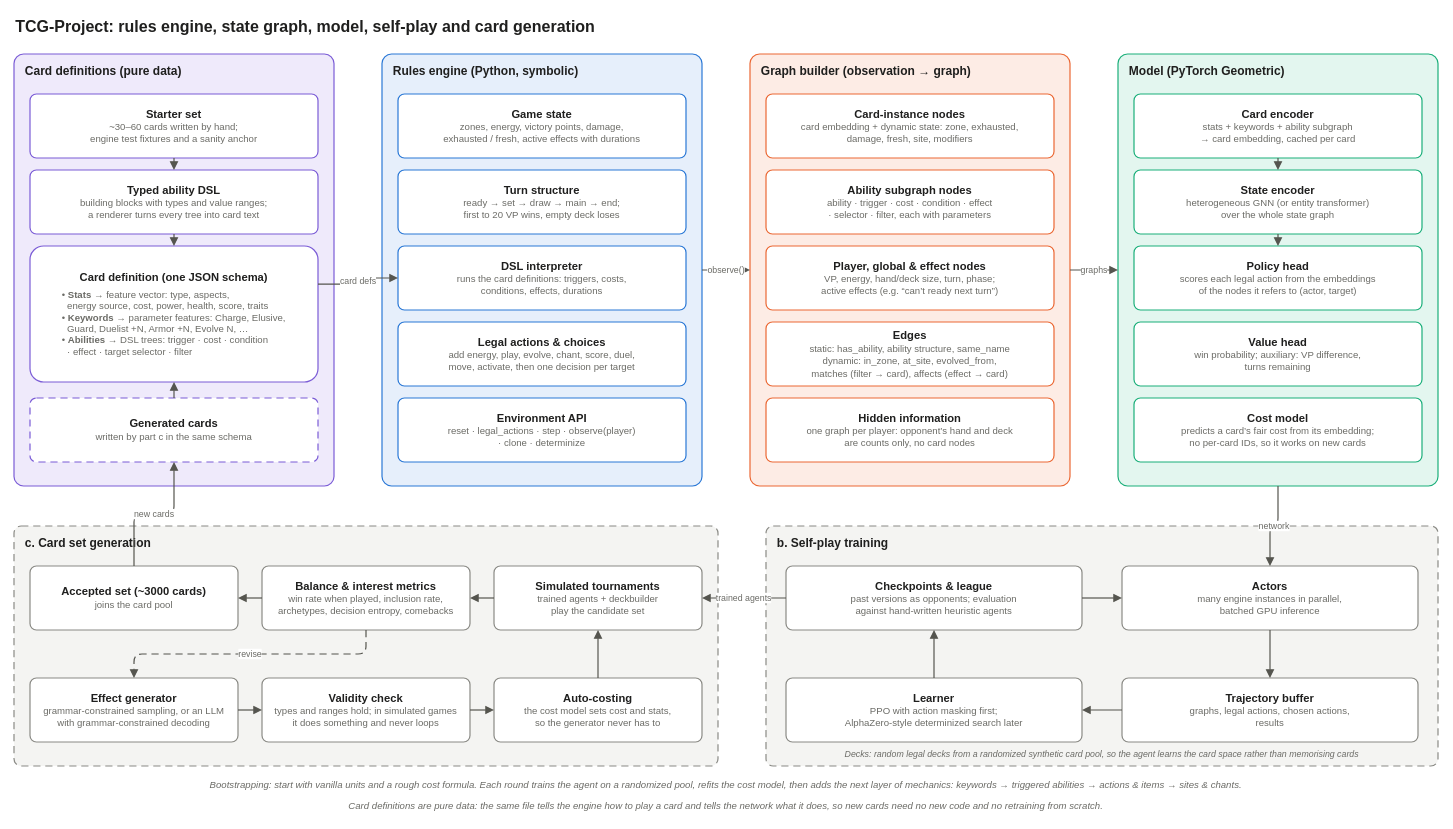
Earlier version of the draw.io diagram page "system_overview" (1 of 3) of docs/architecture.drawio (mattdown/TCG-Project). Source tidied: cells renumbered, new cells numbered last; positions are measured from the earlier drawing's top-left corner, leaving out a move shared by most shapes. Both pictures are drawn from the tidied source at 80%, with x=0, y=0 at pixel (14, 14).
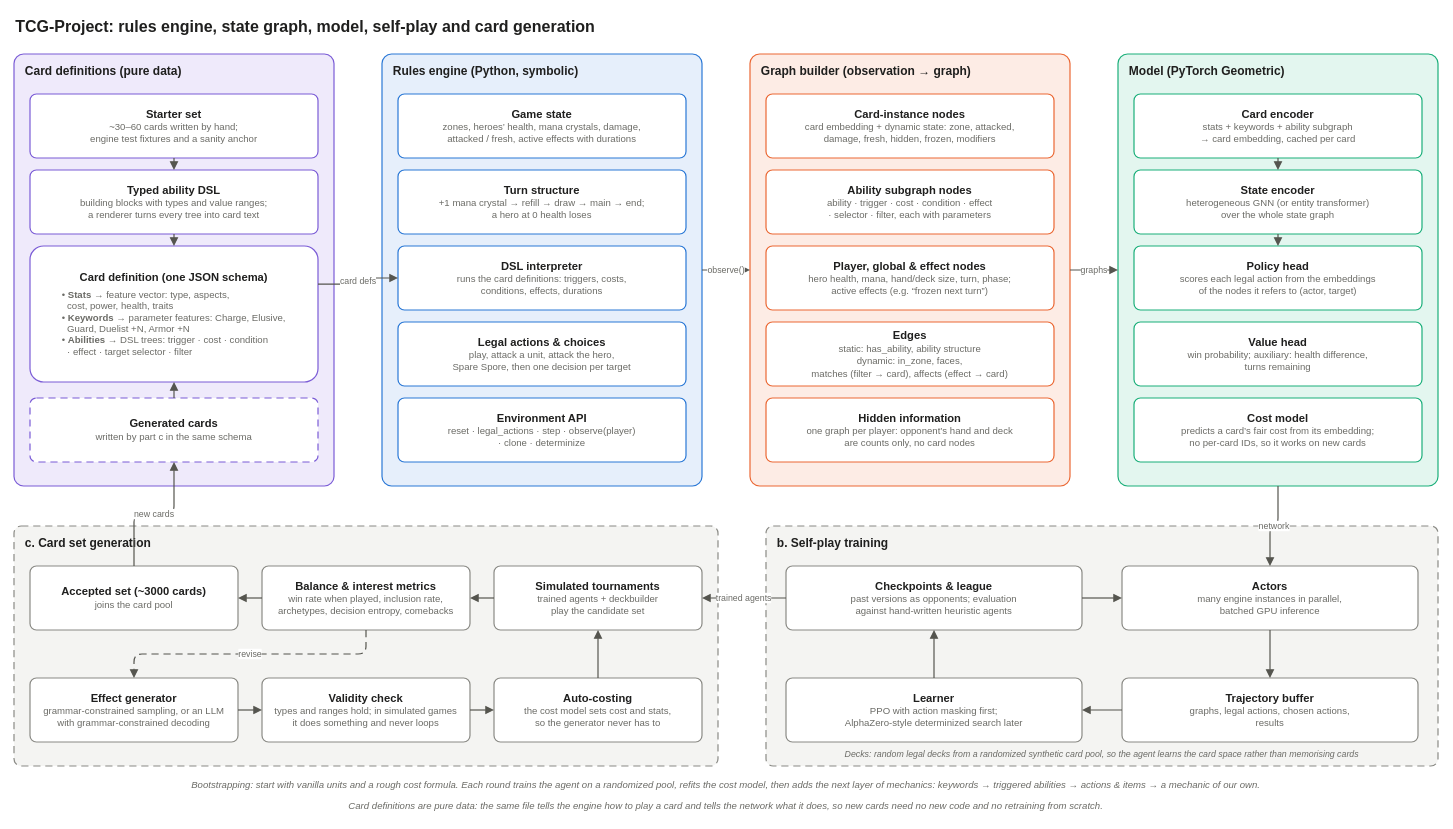
Above is the later version.

Change to the diagram source:
```diff
@@
-    <mxCell id="6" value="&lt;b style=&quot;font-size:14px&quot;&gt;Card definition (one JSON schema)&lt;/b&gt;&lt;br&gt;&lt;span style=&quot;font-size:12px;color:#6b6b66&quot;&gt;&lt;div style='text-align:left;margin-top:6px'&gt;• &lt;b&gt;Stats&lt;/b&gt; → feature vector: type, aspects,&lt;br&gt;&amp;nbsp;&amp;nbsp;energy source, cost, power, health, score, traits&lt;br&gt;• &lt;b&gt;Keywords&lt;/b&gt; → parameter features: Charge, Elusive,&lt;br&gt;&amp;nbsp;&amp;nbsp;Guard, Duelist +N, Armor +N, Evolve N, …&lt;br&gt;• &lt;b&gt;Abilities&lt;/b&gt; → DSL trees: trigger · cost · condition&lt;br&gt;&amp;nbsp;&amp;nbsp;· effect · target selector · filter&lt;/div&gt;&lt;/span&gt;" style="rounded=1;arcSize=10;whiteSpace=wrap;html=1;fillColor=#ffffff;strokeColor=#7b5cd6;strokeWidth=1.5;fontFamily=Helvetica;fontSize=13;fontColor=#1f1f1e;spacing=6;align=center;" parent="1" vertex="1">
+    <mxCell id="6" value="&lt;b style=&quot;font-size:14px&quot;&gt;Card definition (one JSON schema)&lt;/b&gt;&lt;br&gt;&lt;span style=&quot;font-size:12px;color:#6b6b66&quot;&gt;&lt;div style='text-align:left;margin-top:6px'&gt;• &lt;b&gt;Stats&lt;/b&gt; → feature vector: type, aspects,&lt;br&gt;&amp;nbsp;&amp;nbsp;cost, power, health, traits&lt;br&gt;• &lt;b&gt;Keywords&lt;/b&gt; → parameter features: Charge, Elusive,&lt;br&gt;&amp;nbsp;&amp;nbsp;Guard, Duelist +N, Armor +N&lt;br&gt;• &lt;b&gt;Abilities&lt;/b&gt; → DSL trees: trigger · cost · condition&lt;br&gt;&amp;nbsp;&amp;nbsp;· effect · target selector · filter&lt;/div&gt;&lt;/span&gt;" style="rounded=1;arcSize=10;whiteSpace=wrap;html=1;fillColor=#ffffff;strokeColor=#7b5cd6;strokeWidth=1.5;fontFamily=Helvetica;fontSize=13;fontColor=#1f1f1e;spacing=6;align=center;" parent="1" vertex="1">
       <mxGeometry x="20" y="290" width="360" height="170" as="geometry" />
     </mxCell>
@@
-    <mxCell id="12" value="&lt;b style=&quot;font-size:14px&quot;&gt;Game state&lt;/b&gt;&lt;br&gt;&lt;span style=&quot;font-size:12px;color:#6b6b66&quot;&gt;zones, energy, victory points, damage,&lt;br&gt;exhausted / fresh, active effects with durations&lt;/span&gt;" style="rounded=1;arcSize=10;whiteSpace=wrap;html=1;fillColor=#ffffff;strokeColor=#2a78d6;strokeWidth=1.5;fontFamily=Helvetica;fontSize=13;fontColor=#1f1f1e;spacing=6;align=center;" parent="1" vertex="1">
+    <mxCell id="12" value="&lt;b style=&quot;font-size:14px&quot;&gt;Game state&lt;/b&gt;&lt;br&gt;&lt;span style=&quot;font-size:12px;color:#6b6b66&quot;&gt;zones, heroes’ health, mana crystals, damage,&lt;br&gt;attacked / fresh, active effects with durations&lt;/span&gt;" style="rounded=1;arcSize=10;whiteSpace=wrap;html=1;fillColor=#ffffff;strokeColor=#2a78d6;strokeWidth=1.5;fontFamily=Helvetica;fontSize=13;fontColor=#1f1f1e;spacing=6;align=center;" parent="1" vertex="1">
       <mxGeometry x="480" y="100" width="360" height="80" as="geometry" />
     </mxCell>
-    <mxCell id="13" value="&lt;b style=&quot;font-size:14px&quot;&gt;Turn structure&lt;/b&gt;&lt;br&gt;&lt;span style=&quot;font-size:12px;color:#6b6b66&quot;&gt;ready → set → draw → main → end;&lt;br&gt;first to 20 VP wins, empty deck loses&lt;/span&gt;" style="rounded=1;arcSize=10;whiteSpace=wrap;html=1;fillColor=#ffffff;strokeColor=#2a78d6;strokeWidth=1.5;fontFamily=Helvetica;fontSize=13;fontColor=#1f1f1e;spacing=6;align=center;" parent="1" vertex="1">
+    <mxCell id="13" value="&lt;b style=&quot;font-size:14px&quot;&gt;Turn structure&lt;/b&gt;&lt;br&gt;&lt;span style=&quot;font-size:12px;color:#6b6b66&quot;&gt;+1 mana crystal → refill → draw → main → end;&lt;br&gt;a hero at 0 health loses&lt;/span&gt;" style="rounded=1;arcSize=10;whiteSpace=wrap;html=1;fillColor=#ffffff;strokeColor=#2a78d6;strokeWidth=1.5;fontFamily=Helvetica;fontSize=13;fontColor=#1f1f1e;spacing=6;align=center;" parent="1" vertex="1">
       <mxGeometry x="480" y="195" width="360" height="80" as="geometry" />
     </mxCell>
@@
-    <mxCell id="15" value="&lt;b style=&quot;font-size:14px&quot;&gt;Legal actions &amp;amp; choices&lt;/b&gt;&lt;br&gt;&lt;span style=&quot;font-size:12px;color:#6b6b66&quot;&gt;add energy, play, evolve, chant, score, duel,&lt;br&gt;move, activate, then one decision per target&lt;/span&gt;" style="rounded=1;arcSize=10;whiteSpace=wrap;html=1;fillColor=#ffffff;strokeColor=#2a78d6;strokeWidth=1.5;fontFamily=Helvetica;fontSize=13;fontColor=#1f1f1e;spacing=6;align=center;" parent="1" vertex="1">
+    <mxCell id="15" value="&lt;b style=&quot;font-size:14px&quot;&gt;Legal actions &amp;amp; choices&lt;/b&gt;&lt;br&gt;&lt;span style=&quot;font-size:12px;color:#6b6b66&quot;&gt;play, attack a unit, attack the hero,&lt;br&gt;Spare Spore, then one decision per target&lt;/span&gt;" style="rounded=1;arcSize=10;whiteSpace=wrap;html=1;fillColor=#ffffff;strokeColor=#2a78d6;strokeWidth=1.5;fontFamily=Helvetica;fontSize=13;fontColor=#1f1f1e;spacing=6;align=center;" parent="1" vertex="1">
       <mxGeometry x="480" y="385" width="360" height="80" as="geometry" />
     </mxCell>
@@
-    <mxCell id="19" value="&lt;b style=&quot;font-size:14px&quot;&gt;Card-instance nodes&lt;/b&gt;&lt;br&gt;&lt;span style=&quot;font-size:12px;color:#6b6b66&quot;&gt;card embedding + dynamic state: zone, exhausted,&lt;br&gt;damage, fresh, site, modifiers&lt;/span&gt;" style="rounded=1;arcSize=10;whiteSpace=wrap;html=1;fillColor=#ffffff;strokeColor=#eb6834;strokeWidth=1.5;fontFamily=Helvetica;fontSize=13;fontColor=#1f1f1e;spacing=6;align=center;" parent="1" vertex="1">
+    <mxCell id="19" value="&lt;b style=&quot;font-size:14px&quot;&gt;Card-instance nodes&lt;/b&gt;&lt;br&gt;&lt;span style=&quot;font-size:12px;color:#6b6b66&quot;&gt;card embedding + dynamic state: zone, attacked,&lt;br&gt;damage, fresh, hidden, frozen, modifiers&lt;/span&gt;" style="rounded=1;arcSize=10;whiteSpace=wrap;html=1;fillColor=#ffffff;strokeColor=#eb6834;strokeWidth=1.5;fontFamily=Helvetica;fontSize=13;fontColor=#1f1f1e;spacing=6;align=center;" parent="1" vertex="1">
       <mxGeometry x="940" y="100" width="360" height="80" as="geometry" />
     </mxCell>
@@
-    <mxCell id="21" value="&lt;b style=&quot;font-size:14px&quot;&gt;Player, global &amp;amp; effect nodes&lt;/b&gt;&lt;br&gt;&lt;span style=&quot;font-size:12px;color:#6b6b66&quot;&gt;VP, energy, hand/deck size, turn, phase;&lt;br&gt;active effects (e.g. “can’t ready next turn”)&lt;/span&gt;" style="rounded=1;arcSize=10;whiteSpace=wrap;html=1;fillColor=#ffffff;strokeColor=#eb6834;strokeWidth=1.5;fontFamily=Helvetica;fontSize=13;fontColor=#1f1f1e;spacing=6;align=center;" parent="1" vertex="1">
+    <mxCell id="21" value="&lt;b style=&quot;font-size:14px&quot;&gt;Player, global &amp;amp; effect nodes&lt;/b&gt;&lt;br&gt;&lt;span style=&quot;font-size:12px;color:#6b6b66&quot;&gt;hero health, mana, hand/deck size, turn, phase;&lt;br&gt;active effects (e.g. “frozen next turn”)&lt;/span&gt;" style="rounded=1;arcSize=10;whiteSpace=wrap;html=1;fillColor=#ffffff;strokeColor=#eb6834;strokeWidth=1.5;fontFamily=Helvetica;fontSize=13;fontColor=#1f1f1e;spacing=6;align=center;" parent="1" vertex="1">
       <mxGeometry x="940" y="290" width="360" height="80" as="geometry" />
     </mxCell>
-    <mxCell id="22" value="&lt;b style=&quot;font-size:14px&quot;&gt;Edges&lt;/b&gt;&lt;br&gt;&lt;span style=&quot;font-size:12px;color:#6b6b66&quot;&gt;static: has_ability, ability structure, same_name&lt;br&gt;dynamic: in_zone, at_site, evolved_from,&lt;br&gt;matches (filter → card), affects (effect → card)&lt;/span&gt;" style="rounded=1;arcSize=10;whiteSpace=wrap;html=1;fillColor=#ffffff;strokeColor=#eb6834;strokeWidth=1.5;fontFamily=Helvetica;fontSize=13;fontColor=#1f1f1e;spacing=6;align=center;" parent="1" vertex="1">
+    <mxCell id="22" value="&lt;b style=&quot;font-size:14px&quot;&gt;Edges&lt;/b&gt;&lt;br&gt;&lt;span style=&quot;font-size:12px;color:#6b6b66&quot;&gt;static: has_ability, ability structure&lt;br&gt;dynamic: in_zone, faces,&lt;br&gt;matches (filter → card), affects (effect → card)&lt;/span&gt;" style="rounded=1;arcSize=10;whiteSpace=wrap;html=1;fillColor=#ffffff;strokeColor=#eb6834;strokeWidth=1.5;fontFamily=Helvetica;fontSize=13;fontColor=#1f1f1e;spacing=6;align=center;" parent="1" vertex="1">
       <mxGeometry x="940" y="385" width="360" height="80" as="geometry" />
     </mxCell>
@@
-    <mxCell id="29" value="&lt;b style=&quot;font-size:14px&quot;&gt;Value head&lt;/b&gt;&lt;br&gt;&lt;span style=&quot;font-size:12px;color:#6b6b66&quot;&gt;win probability; auxiliary: VP difference,&lt;br&gt;turns remaining&lt;/span&gt;" style="rounded=1;arcSize=10;whiteSpace=wrap;html=1;fillColor=#ffffff;strokeColor=#1baf7a;strokeWidth=1.5;fontFamily=Helvetica;fontSize=13;fontColor=#1f1f1e;spacing=6;align=center;" parent="1" vertex="1">
+    <mxCell id="29" value="&lt;b style=&quot;font-size:14px&quot;&gt;Value head&lt;/b&gt;&lt;br&gt;&lt;span style=&quot;font-size:12px;color:#6b6b66&quot;&gt;win probability; auxiliary: health difference,&lt;br&gt;turns remaining&lt;/span&gt;" style="rounded=1;arcSize=10;whiteSpace=wrap;html=1;fillColor=#ffffff;strokeColor=#1baf7a;strokeWidth=1.5;fontFamily=Helvetica;fontSize=13;fontColor=#1f1f1e;spacing=6;align=center;" parent="1" vertex="1">
       <mxGeometry x="1400" y="385" width="360" height="80" as="geometry" />
     </mxCell>
@@
-    <mxCell id="60" value="Bootstrapping: start with vanilla units and a rough cost formula. Each round trains the agent on a randomized pool, refits the cost model, then adds the next layer of mechanics: keywords → triggered abilities → actions &amp; items → sites &amp; chants." style="text;html=1;whiteSpace=wrap;align=center;verticalAlign=middle;fontFamily=Helvetica;fontSize=12;fontColor=#6b6b66;fontStyle=2;" parent="1" vertex="1">
+    <mxCell id="60" value="Bootstrapping: start with vanilla units and a rough cost formula. Each round trains the agent on a randomized pool, refits the cost model, then adds the next layer of mechanics: keywords → triggered abilities → actions &amp; items → a mechanic of our own." style="text;html=1;whiteSpace=wrap;align=center;verticalAlign=middle;fontFamily=Helvetica;fontSize=12;fontColor=#6b6b66;fontStyle=2;" parent="1" vertex="1">
       <mxGeometry y="952" width="1780" height="24" as="geometry" />
     </mxCell>
```
